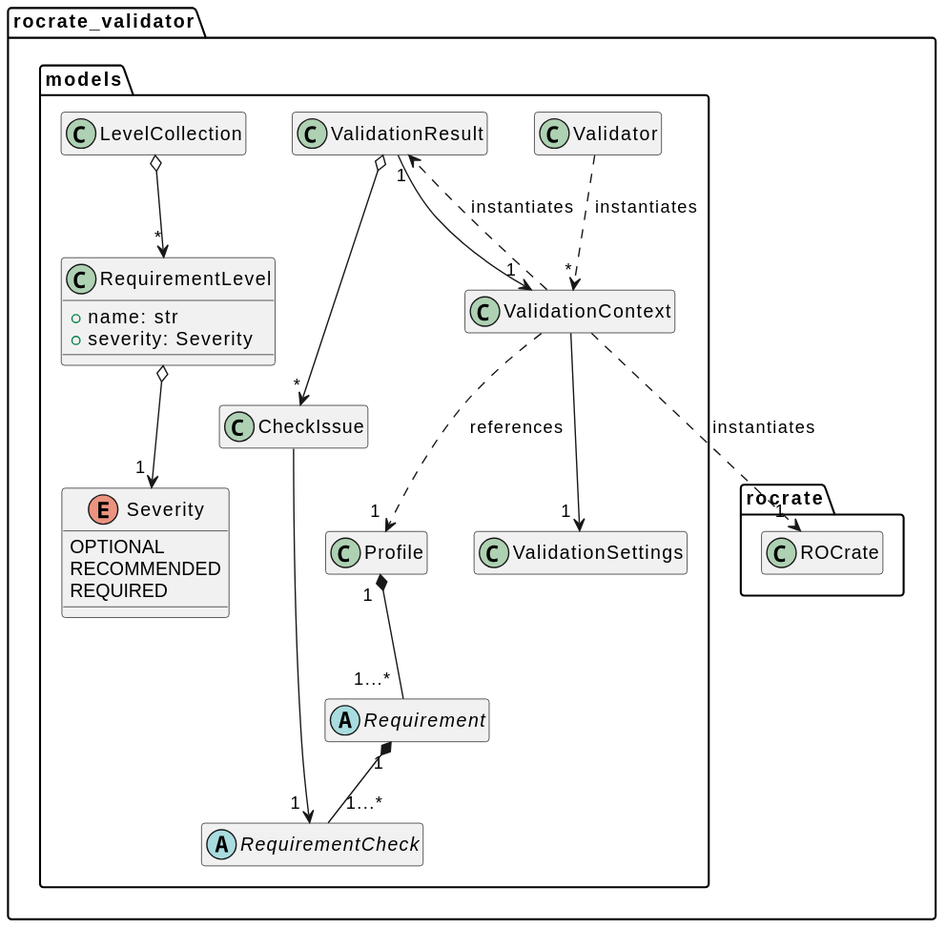
Above: docs/diagrams/core-model.svg in kikkomep/rocrate-validator (PlantUML), before the change. The source it was exported from:
```plantuml
@startuml
hide members
hide fields

package "rocrate_validator.models" {

    enum Severity [[#rocrate_validator.models.Severity]] {
        OPTIONAL
        RECOMMENDED
        REQUIRED
    }

    show Severity members

    class RequirementLevel [[#rocrate_validator.models.RequirementLevel]] {
        + name: str
        + severity: Severity
    }

    RequirementLevel o--> "1 " Severity

    show RequirementLevel members

    class LevelCollection [[#rocrate_validator.models.LevelCollection]] {
        {static} + OPTIONAL: RequirementLevel
        {static} + MAY: RequirementLevel
        {static} + REQUIRED: RequirementLevel
        {static} + SHOULD: RequirementLevel
        {static} + SHOULD_NOT: RequirementLevel
        {static} + RECOMMENDED: RequirementLevel
        {static} + MUST: RequirementLevel
        {static} + MUST_NOT: RequirementLevel
        {static} + SHALL: RequirementLevel
        {static} + SHALL_NOT: RequirementLevel

        {static} + list<RequirementLevel> all()
        {static} + RequirementLevel get(name: str)
    }

    LevelCollection o--> "*" RequirementLevel

    class Profile [[#rocrate_validator.models.Profile]] {
        + identifier: str
        + uri: str
        + name: str
        + description: str
        + path: str
        + version: str
        + token: str
        + comment: str
        + requirements: list<Requirement>
        + isProfileOf: list<str>
        + isTransientProfileOf: list<str>
        + parents: list<Profile>
        + siblings: list<Profile>
        + inheritedProfiles: list<Profile>
        {static} + get_by_identifier(identifier: str): Profile
        {static} + get_by_uri(uri: str): Profile
        {static} + get_by_name(name: str): list<Profile>
        {static} + get_by_token(token: str): Profile
        {static} + get_siblings_profiles(cls, profile: Profile): list<Profile>
        {static} + all(): list<Profile>
    }

    abstract class Requirement [[#rocrate_validator.models.Requirement]] {
        + identifier: str
        + name: str
        + description: str
        + path: Path
        + requirements: list<Requirement>
        + overridden: bool
        + get_checks(): list<RequirementCheck>
        + get_check(name: str): RequirementCheck
    }

    Profile "1 " *-- "1...* " Requirement

    hide Requirement members
    hide Requirement methods

    abstract class RequirementCheck [[#rocrate_validator.models.RequirementCheck]] {
        + identifier: str
        + name: str
        + description: str
        + severity: Severity
        + requirement: Requirement
        + overridden_by: list<RequirementCheck>
        + overrides: list<RequirementCheck>
        + execute_check(context: ValidationContext) -> bool
    }

    Requirement "1" *-- " 1...*" RequirementCheck

    hide RequirementCheck members
    hide RequirementCheck methods

    class ValidationSettings [[#rocrate_validator.models.ValidationSettings]] {}

    class ValidationContext [[#rocrate_validator.models.ValidationContext]] {
        + profile: Profile
        + rocrate: dict
        + rocrate_path: Path
        + profile_path: Path
    }

    ValidationContext --> "1 " ValidationSettings
    ValidationContext ..> "1 " rocrate_validator.rocrate.ROCrate: instantiates
    ValidationContext ..> "1 " Profile: " references"
    ValidationContext ..> "1 " ValidationResult: instantiates

    hide ValidationContext members
    hide ValidationContext methods

    class ValidationResult [[#rocrate_validator.models.ValidationResult]] {
        + context: ValidationContext
        + validation_settings: ValidationSettings
        + executed_checks: set<RequirementCheck>
        + failed_checks: set<RequirementCheck>
        + skipped_checks: set<RequirementCheck>
        + issues: list<CheckIssue>
        + get_issues(min_severity: Severity) -> list<CheckIssue>
        + has_issues(min_severity: Severity) -> bool
        + add_issue(message: str, check: RequirementCheck,
                    violatingEntity: Optional[str], violatingProperty: Optional[str],
                    violatingPropertyValue: Optional[str])
        + passed(min_severity: Severity) -> bool
        + failed_requirements() -> Collection<Requirement>
        + failed_checks() -> Collection<RequirementCheck>
        + get_failed_checks_by_requirement(requirement: Requirement) -> Collection<RequirementCheck>
        + get_failed_checks_by_requirement_and_severity(requirement: Requirement, severity: Severity) -> Collection<RequirementCheck>
        + to_dict() -> dict
        + to_json() -> str
    }

    ValidationResult --> "1" ValidationContext
    ValidationResult o--> "*" CheckIssue

    hide ValidationResult members
    hide ValidationContext methods

    class CheckIssue [[#rocrate_validator.models.CheckIssue]] {
        + message: str
        + check: RequirementCheck
        + severity: Severity
        + level: RequirementLevel
        + violatingEntity: Optional[str]
        + violatingProperty: Optional[str]
        + violatingPropertyValue: Optional[str]
    }

    CheckIssue --> "1 " RequirementCheck

    class Validator [[#rocrate_validator.models.Validator]] {
        + profile: Profile
        + rocrate: dict
        + rocrate_path: Path
        + profile_path: Path
        + context: ValidationContext
        + validate() -> bool
    }

    Validator ..> "*" ValidationContext : " instantiates"

}

package "rocrate_validator.rocrate" {
    class ROCrate [[#rocrate_validator.rocrate.ROCrate]] {
    }
}
@enduml
```
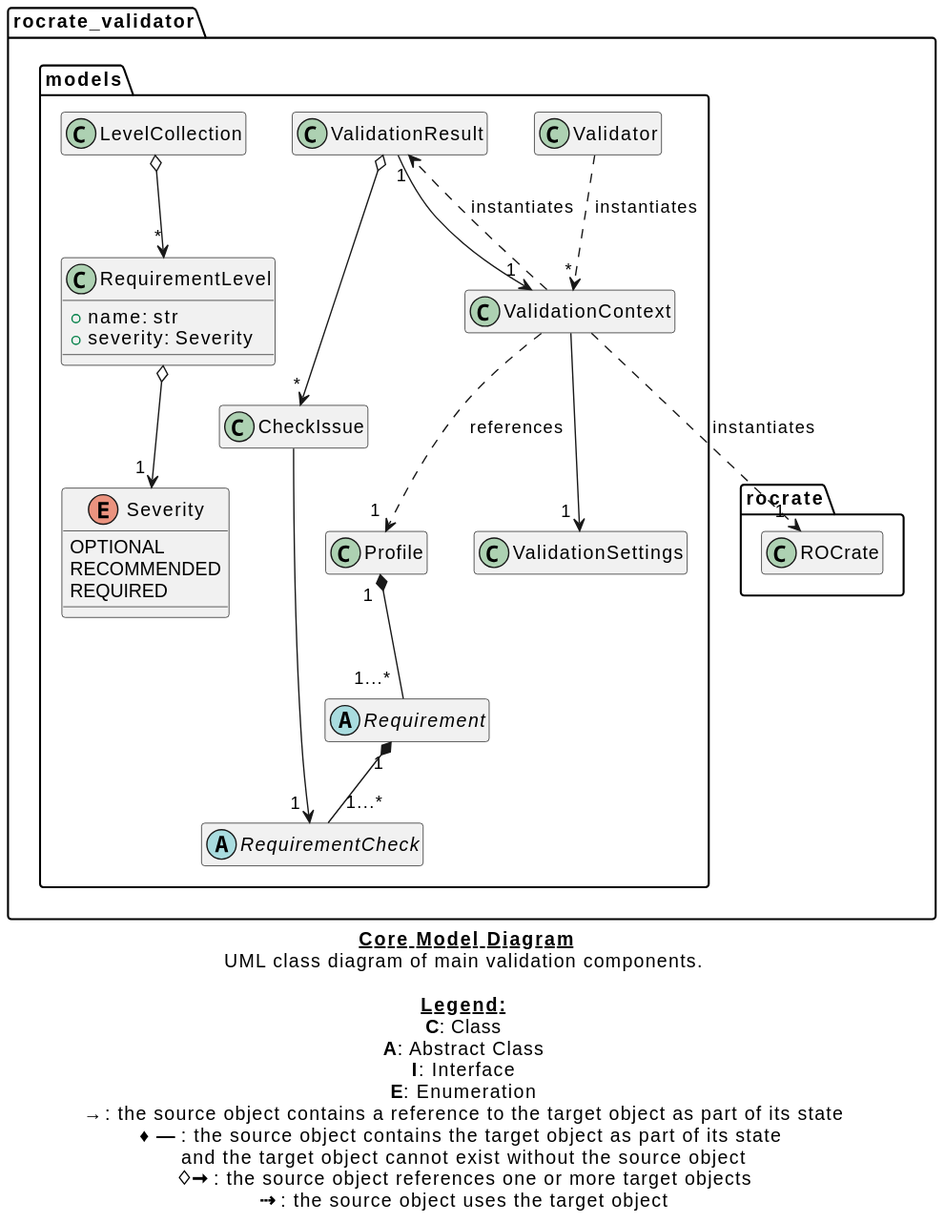
Later version of the same file.

Change to the diagram source:
```diff
@@ -1,4 +1,23 @@
 @startuml
+skinparam wrapWidth 600
+
+caption
+    == <u>**Core Model Diagram**</u>==
+    UML class diagram of main validation components.
+
+    <u>**Legend:**</u>
+    **C**: Class
+    **A**: Abstract Class
+    **I**: Interface
+    **E**: Enumeration
+    **→** : the source object contains a reference to the target object as part of its state
+    **♦―** : the source object contains the target object as part of its state
+    and the target object cannot exist without the source object
+    **♢➞** : the source object references one or more target objects
+    **⇢** : the source object uses the target object
+end caption
+
+
 hide members
 hide fields
 
@@ -160,8 +179,9 @@
     }
 
     Validator ..> "*" ValidationContext : " instantiates"
+}
 
-}
+
 
 package "rocrate_validator.rocrate" {
     class ROCrate [[#rocrate_validator.rocrate.ROCrate]] {
```
